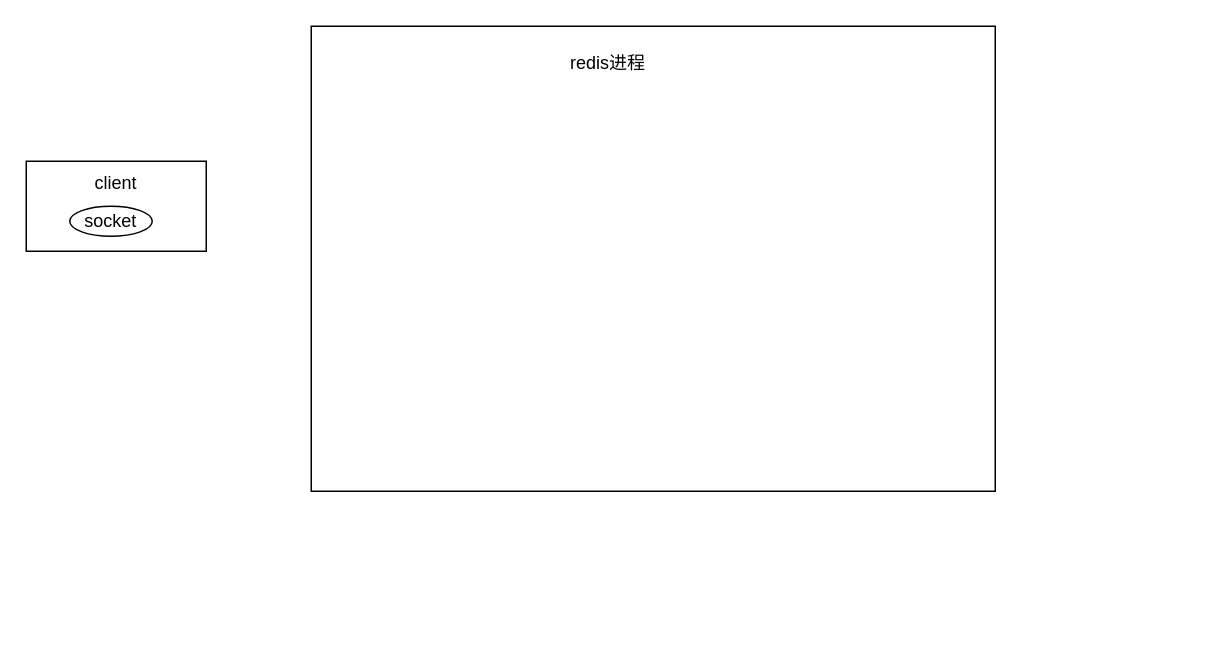
gugxl/- keeps this draw.io diagram as redis/线程模型/Redis reactor.drawio. Above is the earlier version. Source tidied: cells renumbered, new cells numbered last; positions are measured from the earlier drawing's top-left corner, leaving out a move shared by most shapes. Both pictures are drawn from the tidied source at 150%, with x=0, y=0 at pixel (26, 26).
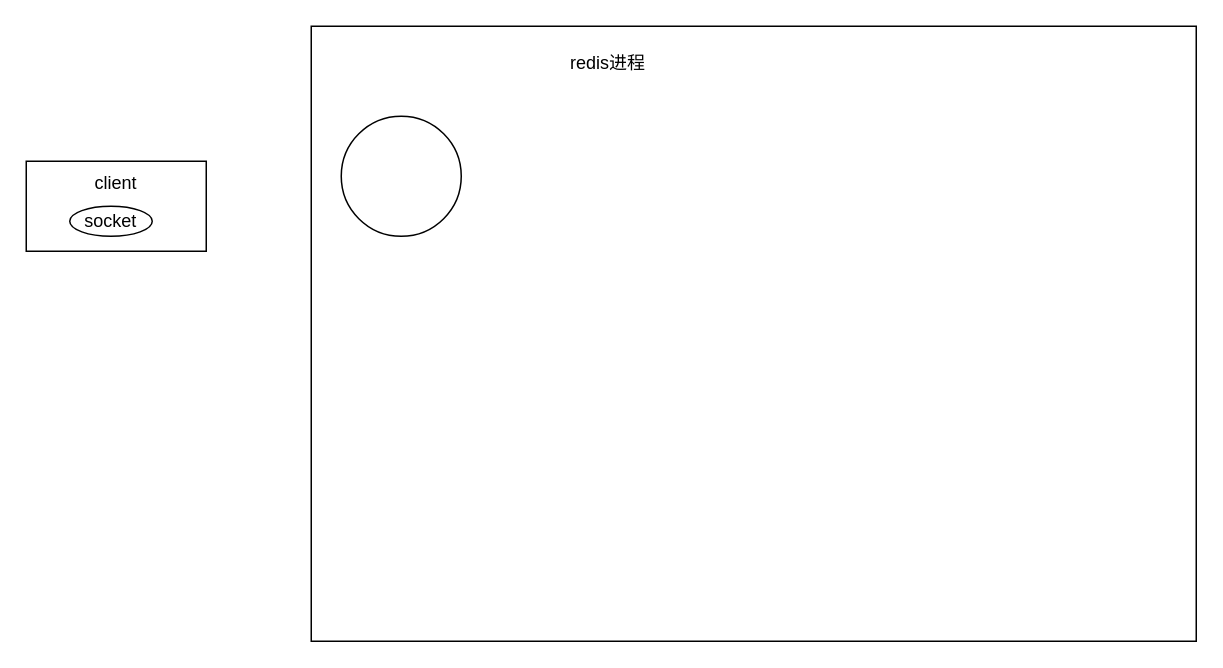
The same page after the edit.

Diff of the diagram source:
```diff
@@
 <mxGraphModel>
   <root>
     <mxCell id="0" />
     <mxCell id="1" parent="0" />
     <mxCell id="2" style="rounded=0;whiteSpace=wrap;html=1;" parent="1" vertex="1">
-      <mxGeometry x="190" width="456" height="310" as="geometry" />
+      <mxGeometry x="190" width="590" height="410" as="geometry" />
     </mxCell>
     <mxCell id="3" value="redis进程" style="text;html=1;strokeColor=none;fillColor=none;align=center;verticalAlign=middle;whiteSpace=wrap;rounded=0;" parent="1" vertex="1">
       <mxGeometry x="358" y="10" width="60" height="30" as="geometry" />
     </mxCell>
     <mxCell id="4" style="rounded=0;whiteSpace=wrap;html=1;" parent="1" vertex="1">
       <mxGeometry y="90" width="120" height="60" as="geometry" />
     </mxCell>
     <mxCell id="5" value="client" style="text;html=1;strokeColor=none;fillColor=none;align=center;verticalAlign=middle;whiteSpace=wrap;rounded=0;" parent="1" vertex="1">
       <mxGeometry x="30" y="90" width="60" height="30" as="geometry" />
     </mxCell>
     <mxCell id="6" value="socket" style="ellipse;whiteSpace=wrap;html=1;" parent="1" vertex="1">
       <mxGeometry x="29" y="120" width="55" height="20" as="geometry" />
     </mxCell>
+    <mxCell id="7" style="ellipse;whiteSpace=wrap;html=1;" parent="1" vertex="1">
+      <mxGeometry x="210" y="60" width="80" height="80" as="geometry" />
+    </mxCell>
   </root>
 </mxGraphModel>
```
